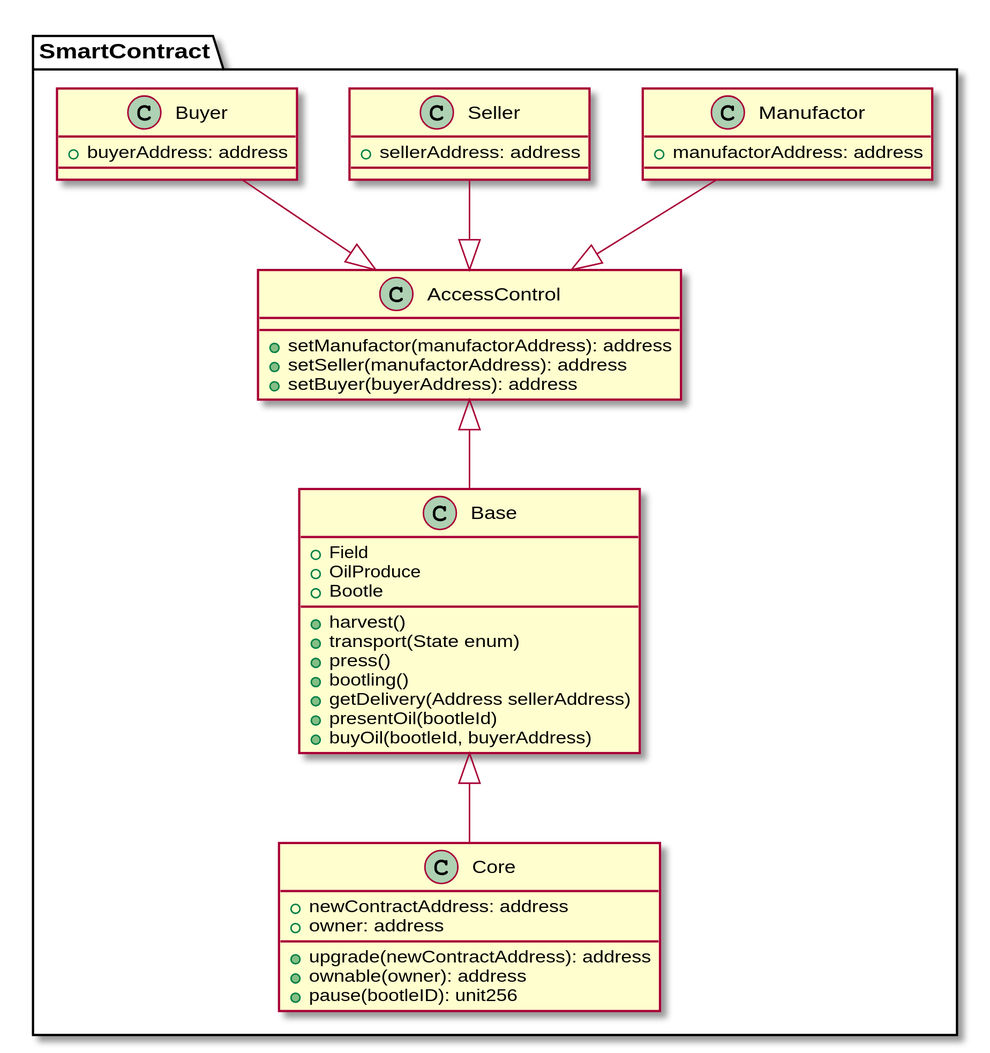
Above: images/DataModelSmartContract.svg in Eifel42/organicOil (PlantUML), before the change.
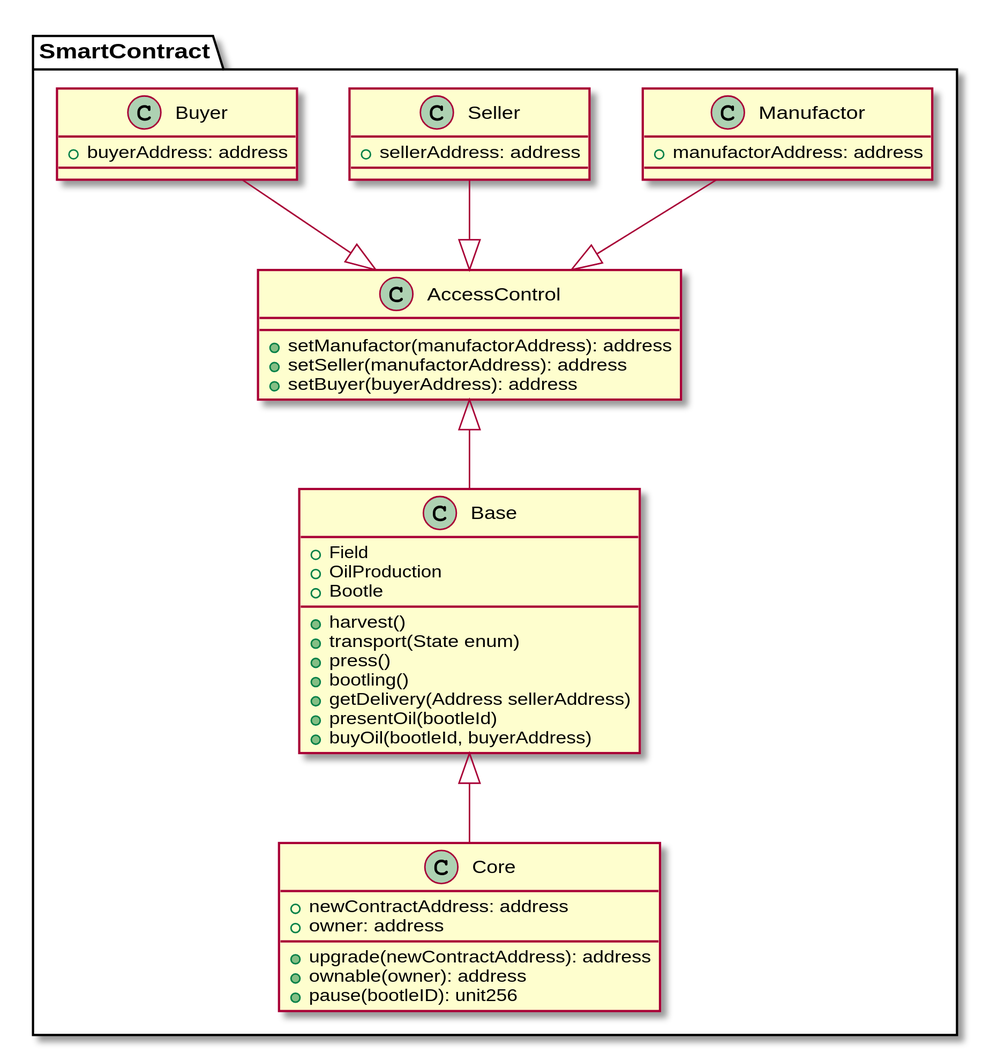
The same file after the commit.

Change to the diagram source:
```diff
@@ -12,7 +12,7 @@
 
      class Base {
         + Field
-        + OilProduce
+        + OilProduction
         + Bootle
         + harvest()
         + transport(State enum)
```
